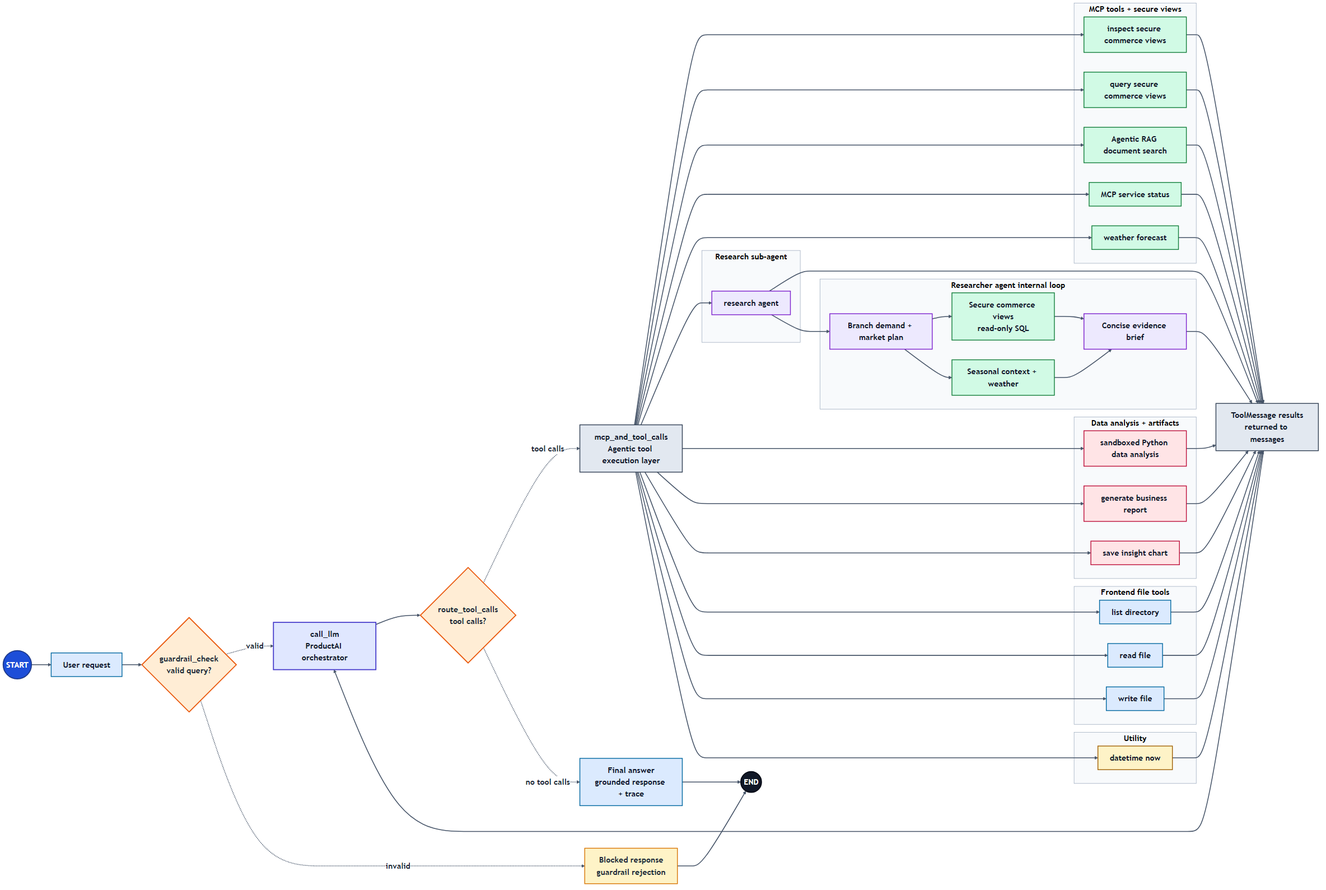
Earlier version of the Mermaid export frontend/public/generated/productai_agent_full_graph.png (badhon1512/DevAnalystAgent). Its source is kept beside it as frontend/public/generated/productai_agent_full_graph.mmd. Source of this version:
```mermaid
%%{init: {"theme": "base", "themeVariables": {"background": "#ffffff", "mainBkg": "#ffffff", "primaryColor": "#ffffff", "lineColor": "#64748b", "clusterBkg": "#ffffff", "clusterBorder": "#cbd5e1"}, "themeCSS": "svg { background: #ffffff !important; }"}}%%
flowchart LR
    start(("START")):::startstate
    user["User request"]:::entry
    guardrails{"guardrail_check<br/>valid query?"}:::condition
    orchestrator["call_llm<br/>ProductAI orchestrator"]:::agent
    route_tools{"route_tool_calls<br/>tool calls?"}:::condition
    router["mcp_and_tool_calls<br/>Agentic tool execution layer"]:::router
    tool_result["ToolMessage results<br/>returned to messages"]:::router
    answer["Final answer<br/>grounded response + trace"]:::entry
    blocked["Blocked response<br/>guardrail rejection"]:::guardrail
    end_state(("END")):::endstate

    start --> user
    user --> guardrails
    guardrails -.->|valid| orchestrator
    guardrails -.->|invalid| blocked
    orchestrator --> route_tools
    route_tools -.->|tool calls| router
    route_tools -.->|no tool calls| answer
    tool_result --> orchestrator
    blocked --> end_state
    answer --> end_state

    subgraph mcp_group["MCP server tools"]
        tool_get_inventory_schema["get inventory schema"]:::mcp
        tool_get_weather_forecast["get weather forecast"]:::mcp
        tool_run_readonly_inventory_sql["run readonly inventory sql"]:::mcp
        tool_search_company_documents["search company documents"]:::mcp
        tool_tracestock_mcp_status["tracestock mcp status"]:::mcp
    end

    router --> tool_get_inventory_schema
    tool_get_inventory_schema --> tool_result
    router --> tool_get_weather_forecast
    tool_get_weather_forecast --> tool_result
    router --> tool_run_readonly_inventory_sql
    tool_run_readonly_inventory_sql --> tool_result
    router --> tool_search_company_documents
    tool_search_company_documents --> tool_result
    router --> tool_tracestock_mcp_status
    tool_tracestock_mcp_status --> tool_result

    subgraph research_group["Research sub-agent"]
        tool_researcher_agent["researcher agent"]:::research
    end

    router --> tool_researcher_agent
    tool_researcher_agent --> tool_result

    subgraph analysis_group["Analytics and artifacts"]
        tool_execute_python_code_tool["execute python code tool"]:::analysis
        tool_generate_report_tool["generate report tool"]:::analysis
        tool_save_chart_tool["save chart tool"]:::analysis
    end

    router --> tool_execute_python_code_tool
    tool_execute_python_code_tool --> tool_result
    router --> tool_generate_report_tool
    tool_generate_report_tool --> tool_result
    router --> tool_save_chart_tool
    tool_save_chart_tool --> tool_result

    subgraph files_group["Frontend file tools"]
        tool_list_directory["list directory"]:::files
        tool_read_file["read file"]:::files
        tool_write_file["write file"]:::files
    end

    router --> tool_list_directory
    tool_list_directory --> tool_result
    router --> tool_read_file
    tool_read_file --> tool_result
    router --> tool_write_file
    tool_write_file --> tool_result

    subgraph utility_group["Utility and validation"]
        tool_datetime_now["datetime now"]:::utility
        tool_sql_db_query_checker["sql db query checker"]:::utility
    end

    router --> tool_datetime_now
    tool_datetime_now --> tool_result
    router --> tool_sql_db_query_checker
    tool_sql_db_query_checker --> tool_result

    subgraph research_inner["Researcher agent internal loop"]
        research_plan["Focused research plan"]:::research
        research_db["DB schema + read-only SQL"]:::mcp
        research_weather["Weather and season context"]:::mcp
        research_brief["Concise evidence brief"]:::research
        research_plan --> research_db
        research_plan --> research_weather
        research_db --> research_brief
        research_weather --> research_brief
    end

    tool_researcher_agent --> research_plan
    research_brief --> tool_result

    classDef startstate fill:#2563eb,stroke:#1d4ed8,color:#ffffff,stroke-width:2px
    classDef endstate fill:#0f172a,stroke:#0f172a,color:#ffffff,stroke-width:2px
    classDef entry fill:#e0f2fe,stroke:#0284c7,color:#082f49,stroke-width:1.5px
    classDef condition fill:#fff7ed,stroke:#f97316,color:#431407,stroke-width:2px
    classDef guardrail fill:#fef3c7,stroke:#f59e0b,color:#3b2600,stroke-width:1.5px
    classDef agent fill:#eef2ff,stroke:#4f46e5,color:#111827,stroke-width:2px
    classDef router fill:#f8fafc,stroke:#475569,color:#0f172a,stroke-width:1.5px
    classDef mcp fill:#dcfce7,stroke:#16a34a,color:#052e16,stroke-width:1.5px
    classDef research fill:#f3e8ff,stroke:#9333ea,color:#2e1065,stroke-width:1.5px
    classDef analysis fill:#ffe4e6,stroke:#e11d48,color:#4c0519,stroke-width:1.5px
    classDef files fill:#e0f2fe,stroke:#0284c7,color:#082f49,stroke-width:1.5px
    classDef utility fill:#fef9c3,stroke:#ca8a04,color:#422006,stroke-width:1.5px
    classDef other fill:#e2e8f0,stroke:#64748b,color:#0f172a,stroke-width:1.5px
    linkStyle default stroke:#64748b,stroke-width:1.6px
```
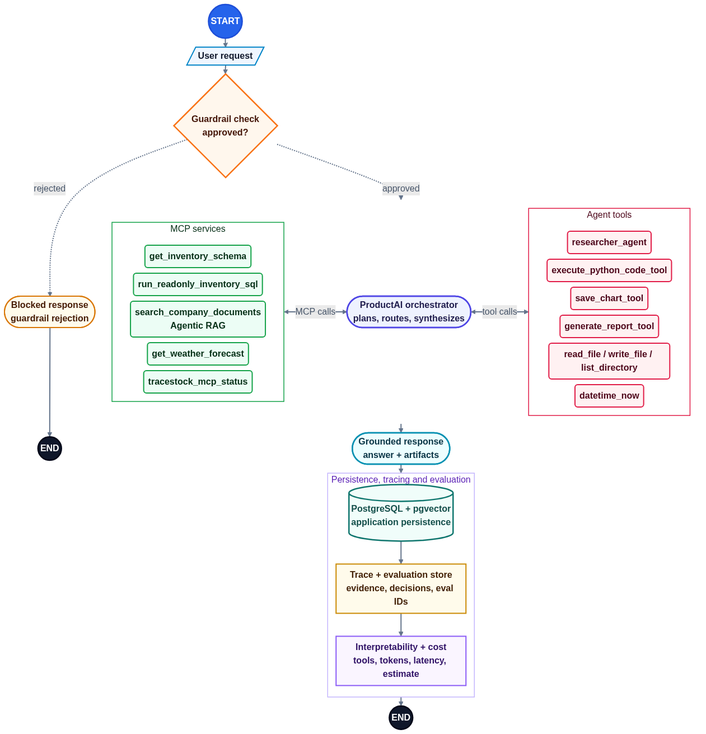
Later version of the same file.

Commit message:
Make agent architecture graph compact and fix layout issues

What changed in the source:
```diff
@@ -1,114 +1,79 @@
-%%{init: {"theme": "base", "themeVariables": {"background": "#ffffff", "mainBkg": "#ffffff", "primaryColor": "#ffffff", "lineColor": "#64748b", "clusterBkg": "#ffffff", "clusterBorder": "#cbd5e1"}, "themeCSS": "svg { background: #ffffff !important; }"}}%%
-flowchart LR
+%%{init: {"flowchart": {"nodeSpacing": 10, "rankSpacing": 16, "padding": 8}}}%%
+flowchart TB
     start(("START")):::startstate
-    user["User request"]:::entry
-    guardrails{"guardrail_check<br/>valid query?"}:::condition
-    orchestrator["call_llm<br/>ProductAI orchestrator"]:::agent
-    route_tools{"route_tool_calls<br/>tool calls?"}:::condition
-    router["mcp_and_tool_calls<br/>Agentic tool execution layer"]:::router
-    tool_result["ToolMessage results<br/>returned to messages"]:::router
-    answer["Final answer<br/>grounded response + trace"]:::entry
-    blocked["Blocked response<br/>guardrail rejection"]:::guardrail
-    end_state(("END")):::endstate
+    user[/"User request"/]:::entry
+    guardrails{"Guardrail check<br/>approved?"}:::condition
+    blocked(["Blocked response<br/>guardrail rejection"]):::guardrail
+    end_blocked(("END")):::endstate
+    orchestrator(["ProductAI orchestrator<br/>plans, routes, synthesizes"]):::agent
+    answer(["Grounded response<br/>answer + artifacts"]):::answer
+    end_main(("END")):::endstate
 
-    start --> user
-    user --> guardrails
-    guardrails -.->|valid| orchestrator
-    guardrails -.->|invalid| blocked
-    orchestrator --> route_tools
-    route_tools -.->|tool calls| router
-    route_tools -.->|no tool calls| answer
-    tool_result --> orchestrator
-    blocked --> end_state
-    answer --> end_state
+    start --> user --> guardrails
+    guardrails -. rejected .-> blocked --> end_blocked
+    guardrails -. approved .-> orchestrator
 
-    subgraph mcp_group["MCP server tools"]
-        tool_get_inventory_schema["get inventory schema"]:::mcp
-        tool_get_weather_forecast["get weather forecast"]:::mcp
-        tool_run_readonly_inventory_sql["run readonly inventory sql"]:::mcp
-        tool_search_company_documents["search company documents"]:::mcp
-        tool_tracestock_mcp_status["tracestock mcp status"]:::mcp
+    subgraph orchestration_band[" "]
+        direction LR
+        subgraph mcp_group["MCP services"]
+            direction LR
+            mcp_title_gap[" "]:::spacer
+            mcp_schema("get_inventory_schema"):::mcp
+            mcp_sql("run_readonly_inventory_sql"):::mcp
+            mcp_docs("search_company_documents<br/>Agentic RAG"):::mcp
+            mcp_weather("get_weather_forecast"):::mcp
+            mcp_status("tracestock_mcp_status"):::mcp
+        end
+        subgraph tool_group["Agent tools"]
+            direction LR
+            tool_title_gap[" "]:::spacer
+            tool_research("researcher_agent"):::analysis
+            tool_python("execute_python_code_tool"):::analysis
+            tool_chart("save_chart_tool"):::analysis
+            tool_report("generate_report_tool"):::analysis
+            tool_files("read_file / write_file / list_directory"):::analysis
+            tool_dt("datetime_now"):::analysis
+        end
+        mcp_group <-->|MCP calls| orchestrator
+        orchestrator <-->|tool calls| tool_group
     end
 
-    router --> tool_get_inventory_schema
-    tool_get_inventory_schema --> tool_result
-    router --> tool_get_weather_forecast
-    tool_get_weather_forecast --> tool_result
-    router --> tool_run_readonly_inventory_sql
-    tool_run_readonly_inventory_sql --> tool_result
-    router --> tool_search_company_documents
-    tool_search_company_documents --> tool_result
-    router --> tool_tracestock_mcp_status
-    tool_tracestock_mcp_status --> tool_result
+    orchestrator --> answer
 
-    subgraph research_group["Research sub-agent"]
-        tool_researcher_agent["researcher agent"]:::research
+    subgraph observability_layer["Persistence, tracing and evaluation"]
+        direction TB
+        postgres[("PostgreSQL + pgvector<br/>application persistence")]:::database
+        trace_store["Trace + evaluation store<br/>evidence, decisions, eval IDs"]:::utility
+        telemetry["Interpretability + cost<br/>tools, tokens, latency, estimate"]:::observability
+
+        postgres --> trace_store
+        trace_store --> telemetry
     end
 
-    router --> tool_researcher_agent
-    tool_researcher_agent --> tool_result
+    answer --> postgres
+    telemetry --> end_main
 
-    subgraph analysis_group["Analytics and artifacts"]
-        tool_execute_python_code_tool["execute python code tool"]:::analysis
-        tool_generate_report_tool["generate report tool"]:::analysis
-        tool_save_chart_tool["save chart tool"]:::analysis
-    end
+    classDef startstate fill:#2563eb,stroke:#1d4ed8,color:#ffffff,stroke-width:2.5px,font-weight:700
+    classDef endstate fill:#0f172a,stroke:#020617,color:#ffffff,stroke-width:2.5px,font-weight:700
+    classDef entry fill:#eff6ff,stroke:#0284c7,color:#0f172a,stroke-width:2px,font-weight:600
+    classDef condition fill:#fff7ed,stroke:#f97316,color:#431407,stroke-width:2.5px,font-weight:600
+    classDef guardrail fill:#fffbeb,stroke:#d97706,color:#451a03,stroke-width:2px,font-weight:600
+    classDef agent fill:#eef2ff,stroke:#4f46e5,color:#1e1b4b,stroke-width:2.5px,font-weight:700
+    classDef answer fill:#ecfeff,stroke:#0891b2,color:#083344,stroke-width:2.5px,font-weight:700
+    classDef router fill:#f1f5f9,stroke:#475569,color:#0f172a,stroke-width:2px,font-weight:600
+    classDef result fill:#f0fdfa,stroke:#0f766e,color:#134e4a,stroke-width:2.2px,font-weight:700
+    classDef mcp fill:#ecfdf5,stroke:#16a34a,color:#052e16,stroke-width:2px,font-weight:600
+    classDef rag fill:#f8fafc,stroke:#0ea5e9,color:#0c4a6e,stroke-width:2px,font-weight:600
+    classDef research fill:#faf5ff,stroke:#9333ea,color:#3b0764,stroke-width:2px,font-weight:600
+    classDef analysis fill:#fff1f2,stroke:#e11d48,color:#4c0519,stroke-width:2px,font-weight:600
+    classDef files fill:#eff6ff,stroke:#0284c7,color:#082f49,stroke-width:2px,font-weight:600
+    classDef database fill:#f0fdfa,stroke:#0f766e,color:#134e4a,stroke-width:2.5px,font-weight:600
+    classDef utility fill:#fffbeb,stroke:#ca8a04,color:#422006,stroke-width:2px,font-weight:600
+    classDef observability fill:#faf5ff,stroke:#8b5cf6,color:#2e1065,stroke-width:2px,font-weight:600
+    classDef spacer fill:none,stroke:none,color:#00000000
 
-    router --> tool_execute_python_code_tool
-    tool_execute_python_code_tool --> tool_result
-    router --> tool_generate_report_tool
-    tool_generate_report_tool --> tool_result
-    router --> tool_save_chart_tool
-    tool_save_chart_tool --> tool_result
-
-    subgraph files_group["Frontend file tools"]
-        tool_list_directory["list directory"]:::files
-        tool_read_file["read file"]:::files
-        tool_write_file["write file"]:::files
-    end
-
-    router --> tool_list_directory
-    tool_list_directory --> tool_result
-    router --> tool_read_file
-    tool_read_file --> tool_result
-    router --> tool_write_file
-    tool_write_file --> tool_result
-
-    subgraph utility_group["Utility and validation"]
-        tool_datetime_now["datetime now"]:::utility
-        tool_sql_db_query_checker["sql db query checker"]:::utility
-    end
-
-    router --> tool_datetime_now
-    tool_datetime_now --> tool_result
-    router --> tool_sql_db_query_checker
-    tool_sql_db_query_checker --> tool_result
-
-    subgraph research_inner["Researcher agent internal loop"]
-        research_plan["Focused research plan"]:::research
-        research_db["DB schema + read-only SQL"]:::mcp
-        research_weather["Weather and season context"]:::mcp
-        research_brief["Concise evidence brief"]:::research
-        research_plan --> research_db
-        research_plan --> research_weather
-        research_db --> research_brief
-        research_weather --> research_brief
-    end
-
-    tool_researcher_agent --> research_plan
-    research_brief --> tool_result
-
-    classDef startstate fill:#2563eb,stroke:#1d4ed8,color:#ffffff,stroke-width:2px
-    classDef endstate fill:#0f172a,stroke:#0f172a,color:#ffffff,stroke-width:2px
-    classDef entry fill:#e0f2fe,stroke:#0284c7,color:#082f49,stroke-width:1.5px
-    classDef condition fill:#fff7ed,stroke:#f97316,color:#431407,stroke-width:2px
-    classDef guardrail fill:#fef3c7,stroke:#f59e0b,color:#3b2600,stroke-width:1.5px
-    classDef agent fill:#eef2ff,stroke:#4f46e5,color:#111827,stroke-width:2px
-    classDef router fill:#f8fafc,stroke:#475569,color:#0f172a,stroke-width:1.5px
-    classDef mcp fill:#dcfce7,stroke:#16a34a,color:#052e16,stroke-width:1.5px
-    classDef research fill:#f3e8ff,stroke:#9333ea,color:#2e1065,stroke-width:1.5px
-    classDef analysis fill:#ffe4e6,stroke:#e11d48,color:#4c0519,stroke-width:1.5px
-    classDef files fill:#e0f2fe,stroke:#0284c7,color:#082f49,stroke-width:1.5px
-    classDef utility fill:#fef9c3,stroke:#ca8a04,color:#422006,stroke-width:1.5px
-    classDef other fill:#e2e8f0,stroke:#64748b,color:#0f172a,stroke-width:1.5px
-    linkStyle default stroke:#64748b,stroke-width:1.6px
+    style orchestration_band fill:transparent,stroke:transparent,color:transparent
+    style mcp_group fill:transparent,stroke:#16a34a,stroke-width:1.5px,color:#052e16
+    style tool_group fill:transparent,stroke:#e11d48,stroke-width:1.5px,color:#4c0519
+    style observability_layer fill:transparent,stroke:#c4b5fd,stroke-width:1.5px,color:#5b21b6
+    linkStyle default stroke:#64748b,stroke-width:2px,color:#475569
```
